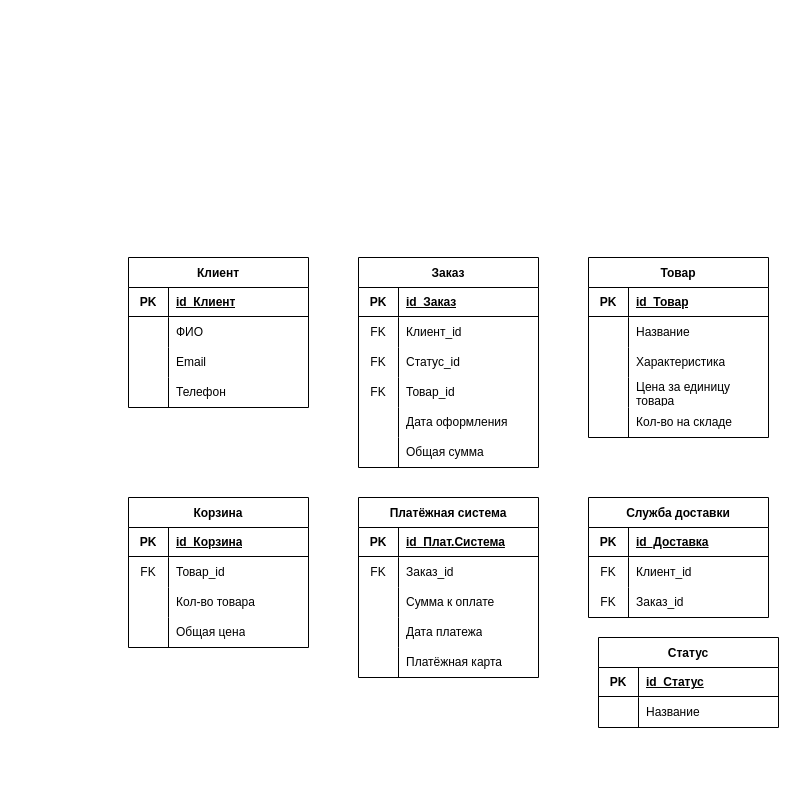
Above: page "Логическая модель" (8 of 8) of Все диаграммы.drawio in AnnaOtchina/AnnaKyrsach (draw.io), before the change. Source tidied: cells renumbered, new cells numbered last; positions are measured from the earlier drawing's top-left corner, leaving out a move shared by most shapes. Both pictures are drawn from the tidied source at 100%, with x=0, y=0 at pixel (128, 257).
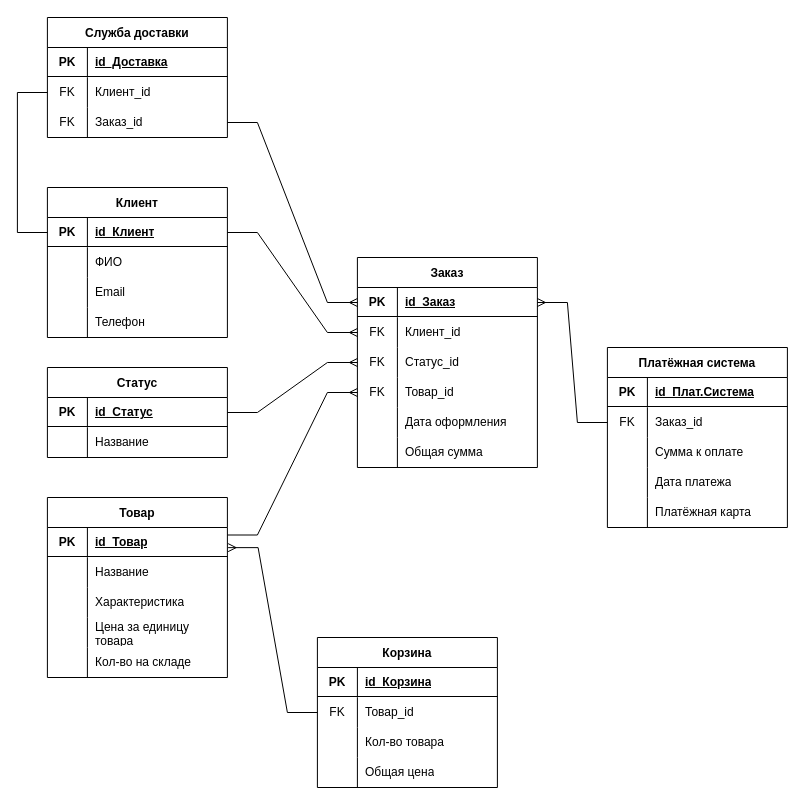
The same page after the edit.

Unchanged cells that the change refers to:
```xml
<mxCell id="3" style="shape=tableRow;horizontal=0;startSize=0;swimlaneHead=0;swimlaneBody=0;top=0;left=0;bottom=0;right=0;fillColor=none;points=[[0,0.5],[1,0.5]];portConstraint=eastwest;strokeColor=inherit;fontSize=12;" parent="2" vertex="1">
  <mxGeometry y="30" width="180" height="30" as="geometry" />
</mxCell>
<mxCell id="17" style="shape=tableRow;horizontal=0;startSize=0;swimlaneHead=0;swimlaneBody=0;top=0;left=0;bottom=0;right=0;fillColor=none;points=[[0,0.5],[1,0.5]];portConstraint=eastwest;strokeColor=inherit;fontSize=12;" parent="16" vertex="1">
  <mxGeometry y="30" width="180" height="30" as="geometry" />
</mxCell>
<mxCell id="21" style="shape=tableRow;horizontal=0;startSize=0;swimlaneHead=0;swimlaneBody=0;top=0;left=0;bottom=0;right=0;fillColor=none;points=[[0,0.5],[1,0.5]];portConstraint=eastwest;strokeColor=inherit;fontSize=12;" parent="16" vertex="1">
  <mxGeometry y="60" width="180" height="30" as="geometry" />
</mxCell>
<mxCell id="24" style="shape=tableRow;horizontal=0;startSize=0;swimlaneHead=0;swimlaneBody=0;top=0;left=0;bottom=0;right=0;fillColor=none;points=[[0,0.5],[1,0.5]];portConstraint=eastwest;strokeColor=inherit;fontSize=12;" parent="16" vertex="1">
  <mxGeometry y="90" width="180" height="30" as="geometry" />
</mxCell>
<mxCell id="27" style="shape=tableRow;horizontal=0;startSize=0;swimlaneHead=0;swimlaneBody=0;top=0;left=0;bottom=0;right=0;fillColor=none;points=[[0,0.5],[1,0.5]];portConstraint=eastwest;strokeColor=inherit;fontSize=12;" parent="16" vertex="1">
  <mxGeometry y="120" width="180" height="30" as="geometry" />
</mxCell>
<mxCell id="37" style="shape=tableRow;horizontal=0;startSize=0;swimlaneHead=0;swimlaneBody=0;top=0;left=0;bottom=0;right=0;fillColor=none;points=[[0,0.5],[1,0.5]];portConstraint=eastwest;strokeColor=inherit;fontSize=12;" parent="36" vertex="1">
  <mxGeometry y="30" width="180" height="30" as="geometry" />
</mxCell>
<mxCell id="58" style="shape=tableRow;horizontal=0;startSize=0;swimlaneHead=0;swimlaneBody=0;top=0;left=0;bottom=0;right=0;fillColor=none;points=[[0,0.5],[1,0.5]];portConstraint=eastwest;strokeColor=inherit;fontSize=12;" parent="53" vertex="1">
  <mxGeometry y="60" width="180" height="30" as="geometry" />
</mxCell>
<mxCell id="72" style="shape=tableRow;horizontal=0;startSize=0;swimlaneHead=0;swimlaneBody=0;top=0;left=0;bottom=0;right=0;fillColor=none;points=[[0,0.5],[1,0.5]];portConstraint=eastwest;strokeColor=inherit;fontSize=12;" parent="67" vertex="1">
  <mxGeometry y="60" width="180" height="30" as="geometry" />
</mxCell>
<mxCell id="89" style="shape=tableRow;horizontal=0;startSize=0;swimlaneHead=0;swimlaneBody=0;top=0;left=0;bottom=0;right=0;fillColor=none;points=[[0,0.5],[1,0.5]];portConstraint=eastwest;strokeColor=inherit;fontSize=12;" parent="84" vertex="1">
  <mxGeometry y="60" width="180" height="30" as="geometry" />
</mxCell>
<mxCell id="92" style="shape=tableRow;horizontal=0;startSize=0;swimlaneHead=0;swimlaneBody=0;top=0;left=0;bottom=0;right=0;fillColor=none;points=[[0,0.5],[1,0.5]];portConstraint=eastwest;strokeColor=inherit;fontSize=12;" parent="84" vertex="1">
  <mxGeometry y="90" width="180" height="30" as="geometry" />
</mxCell>
<mxCell id="96" style="shape=tableRow;horizontal=0;startSize=0;swimlaneHead=0;swimlaneBody=0;top=0;left=0;bottom=0;right=0;fillColor=none;points=[[0,0.5],[1,0.5]];portConstraint=eastwest;strokeColor=inherit;fontSize=12;" parent="95" vertex="1">
  <mxGeometry y="30" width="180" height="30" as="geometry" />
</mxCell>
```

The edit, as a diff of the source:
```diff
@@
     <mxCell id="2" value="Клиент" style="shape=table;startSize=30;childLayout=tableLayout;rowLines=0;fontStyle=1;strokeColor=default;fontSize=12;" parent="1" vertex="1">
-      <mxGeometry width="180" height="150" as="geometry" />
+      <mxGeometry x="-81.1" y="-70" width="180" height="150" as="geometry" />
     </mxCell>
@@
     <mxCell id="16" value="Заказ" style="shape=table;startSize=30;childLayout=tableLayout;rowLines=0;fontStyle=1;strokeColor=default;fontSize=12;" parent="1" vertex="1">
-      <mxGeometry x="230" width="180" height="210" as="geometry" />
+      <mxGeometry x="228.9" width="180" height="210" as="geometry" />
     </mxCell>
@@
     <mxCell id="36" value="Товар" style="shape=table;startSize=30;childLayout=tableLayout;rowLines=0;fontStyle=1;strokeColor=default;fontSize=12;" parent="1" vertex="1">
-      <mxGeometry x="460" width="180" height="180" as="geometry" />
+      <mxGeometry x="-81.1" y="240" width="180" height="180" as="geometry" />
     </mxCell>
@@
     <mxCell id="53" value="Корзина" style="shape=table;startSize=30;childLayout=tableLayout;rowLines=0;fontStyle=1;strokeColor=default;fontSize=12;" parent="1" vertex="1">
-      <mxGeometry y="240" width="180" height="150" as="geometry" />
+      <mxGeometry x="188.9" y="380" width="180" height="150" as="geometry" />
     </mxCell>
@@
     <mxCell id="67" value="Платёжная система" style="shape=table;startSize=30;childLayout=tableLayout;rowLines=0;fontStyle=1;strokeColor=default;fontSize=12;" parent="1" vertex="1">
-      <mxGeometry x="230" y="240" width="180" height="180" as="geometry" />
+      <mxGeometry x="478.9" y="90" width="180" height="180" as="geometry" />
     </mxCell>
@@
     <mxCell id="84" value="Служба доставки" style="shape=table;startSize=30;childLayout=tableLayout;rowLines=0;fontStyle=1;strokeColor=default;fontSize=12;" parent="1" vertex="1">
-      <mxGeometry x="460" y="240" width="180" height="120" as="geometry" />
+      <mxGeometry x="-81.1" y="-240" width="180" height="120" as="geometry" />
     </mxCell>
@@
     <mxCell id="95" value="Статус" style="shape=table;startSize=30;childLayout=tableLayout;rowLines=0;fontStyle=1;strokeColor=default;fontSize=12;" parent="1" vertex="1">
-      <mxGeometry x="470" y="380" width="180" height="90" as="geometry" />
+      <mxGeometry x="-81.1" y="110" width="180" height="90" as="geometry" />
     </mxCell>
@@
+    <mxCell id="103" style="edgeStyle=entityRelationEdgeStyle;fontSize=12;html=1;endArrow=ERmany;rounded=0;exitX=1;exitY=0.5;exitDx=0;exitDy=0;entryX=0;entryY=0.5;entryDx=0;entryDy=0;" parent="1" edge="1" source="3" target="21">
+      <mxGeometry relative="1" as="geometry" />
+    </mxCell>
+    <mxCell id="104" style="edgeStyle=entityRelationEdgeStyle;fontSize=12;html=1;endArrow=ERmany;rounded=0;exitX=1;exitY=0.5;exitDx=0;exitDy=0;entryX=0;entryY=0.5;entryDx=0;entryDy=0;" parent="1" edge="1" source="96" target="24">
+      <mxGeometry relative="1" as="geometry" />
+    </mxCell>
+    <mxCell id="105" style="edgeStyle=entityRelationEdgeStyle;fontSize=12;html=1;endArrow=ERmany;rounded=0;exitX=1;exitY=0.25;exitDx=0;exitDy=0;exitPerimeter=0;" parent="1" edge="1" source="37" target="27">
+      <mxGeometry relative="1" as="geometry" />
+    </mxCell>
+    <mxCell id="106" style="edgeStyle=entityRelationEdgeStyle;fontSize=12;html=1;endArrow=ERmany;rounded=0;exitX=0;exitY=0.5;exitDx=0;exitDy=0;entryX=1.004;entryY=0.671;entryDx=0;entryDy=0;entryPerimeter=0;" parent="1" edge="1" source="58" target="37">
+      <mxGeometry relative="1" as="geometry" />
+    </mxCell>
+    <mxCell id="107" style="edgeStyle=orthogonalEdgeStyle;fontSize=12;html=1;endArrow=none;rounded=0;endFill=0;exitX=0;exitY=0.5;exitDx=0;exitDy=0;entryX=0;entryY=0.5;entryDx=0;entryDy=0;" parent="1" edge="1" source="3" target="89">
+      <mxGeometry relative="1" as="geometry">
+        <Array as="points">
+          <mxPoint x="-111.1" y="-25" />
+          <mxPoint x="-111.1" y="-165" />
+        </Array>
+      </mxGeometry>
+    </mxCell>
+    <mxCell id="108" style="edgeStyle=entityRelationEdgeStyle;fontSize=12;html=1;endArrow=ERmany;rounded=0;exitX=1;exitY=0.5;exitDx=0;exitDy=0;entryX=0;entryY=0.5;entryDx=0;entryDy=0;" parent="1" edge="1" source="92" target="17">
+      <mxGeometry relative="1" as="geometry" />
+    </mxCell>
+    <mxCell id="109" style="edgeStyle=entityRelationEdgeStyle;fontSize=12;html=1;endArrow=ERmany;rounded=0;exitX=0;exitY=0.5;exitDx=0;exitDy=0;entryX=1;entryY=0.5;entryDx=0;entryDy=0;" parent="1" edge="1" source="72" target="17">
+      <mxGeometry relative="1" as="geometry" />
+    </mxCell>
```
